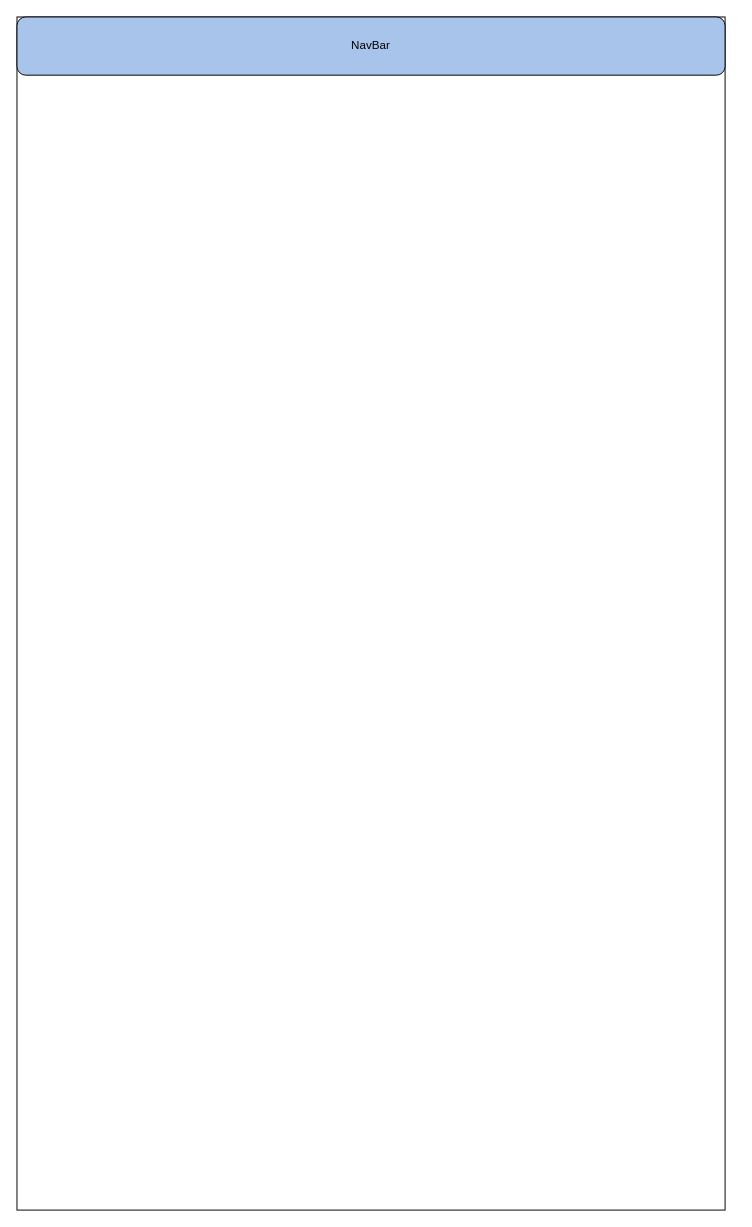
Above: Untitled Diagram.drawio in maor-ovadia-swi/Office-App (draw.io), before the change. Source tidied: cells renumbered, new cells numbered last; positions are measured from the earlier drawing's top-left corner, leaving out a move shared by most shapes. Both pictures are drawn from the tidied source at 97%, with x=0, y=0 at pixel (16, 16).
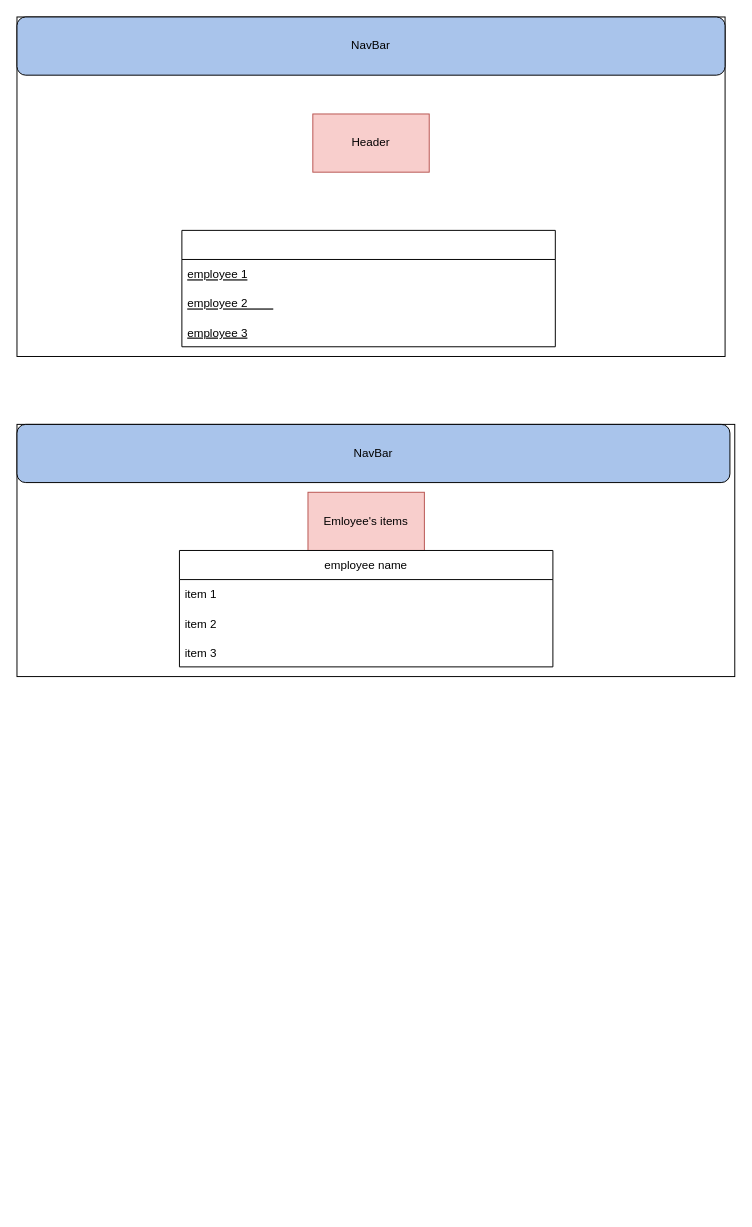
After the change.

What changed in the source:
```diff
@@
 <mxGraphModel>
   <root>
     <mxCell id="0" />
     <mxCell id="1" parent="0" />
     <mxCell id="2" style="rounded=0;whiteSpace=wrap;html=1;" parent="1" vertex="1">
-      <mxGeometry width="730" height="1230" as="geometry" />
+      <mxGeometry width="730" height="350" as="geometry" />
     </mxCell>
     <mxCell id="3" value="NavBar" style="rounded=1;whiteSpace=wrap;html=1;fillColor=#A9C4EB;" parent="1" vertex="1">
       <mxGeometry width="730" height="60" as="geometry" />
     </mxCell>
+    <mxCell id="4" value="Header" style="rounded=0;whiteSpace=wrap;html=1;fillColor=#f8cecc;strokeColor=#b85450;" parent="1" vertex="1">
+      <mxGeometry x="305" y="100" width="120" height="60" as="geometry" />
+    </mxCell>
+    <mxCell id="5" style="swimlane;fontStyle=0;horizontal=1;startSize=30;" parent="1" vertex="1">
+      <mxGeometry x="170" y="220" width="385" height="120" as="geometry" />
+    </mxCell>
+    <mxCell id="6" value="employee 1" style="text;strokeColor=none;fillColor=none;align=left;verticalAlign=middle;spacingLeft=4;spacingRight=4;overflow=hidden;fontStyle=4;" parent="5" vertex="1">
+      <mxGeometry y="30" width="385" height="30" as="geometry" />
+    </mxCell>
+    <mxCell id="7" value="employee 2        " style="text;strokeColor=none;fillColor=none;align=left;verticalAlign=middle;spacingLeft=4;spacingRight=4;overflow=hidden;fontStyle=4;" parent="5" vertex="1">
+      <mxGeometry y="60" width="385" height="30" as="geometry" />
+    </mxCell>
+    <mxCell id="8" value="employee 3" style="text;strokeColor=none;fillColor=none;align=left;verticalAlign=middle;spacingLeft=4;spacingRight=4;overflow=hidden;fontStyle=4;" parent="5" vertex="1">
+      <mxGeometry y="90" width="385" height="30" as="geometry" />
+    </mxCell>
+    <mxCell id="9" style="rounded=0;whiteSpace=wrap;html=1;" parent="1" vertex="1">
+      <mxGeometry y="420" width="740" height="260" as="geometry" />
+    </mxCell>
+    <mxCell id="10" value="NavBar" style="rounded=1;whiteSpace=wrap;html=1;fillColor=#A9C4EB;" parent="1" vertex="1">
+      <mxGeometry y="420" width="735" height="60" as="geometry" />
+    </mxCell>
+    <mxCell id="11" value="Emloyee's items" style="rounded=0;whiteSpace=wrap;html=1;fillColor=#f8cecc;strokeColor=#b85450;" parent="1" vertex="1">
+      <mxGeometry x="300" y="490" width="120" height="60" as="geometry" />
+    </mxCell>
+    <mxCell id="12" value="employee name" style="swimlane;fontStyle=0;horizontal=1;startSize=30;" parent="1" vertex="1">
+      <mxGeometry x="167.5" y="550" width="385" height="120" as="geometry" />
+    </mxCell>
+    <mxCell id="13" value="item 1" style="text;strokeColor=none;fillColor=none;align=left;verticalAlign=middle;spacingLeft=4;spacingRight=4;overflow=hidden;fontStyle=0;" parent="12" vertex="1">
+      <mxGeometry y="30" width="385" height="30" as="geometry" />
+    </mxCell>
+    <mxCell id="14" value="item 2" style="text;strokeColor=none;fillColor=none;align=left;verticalAlign=middle;spacingLeft=4;spacingRight=4;overflow=hidden;fontStyle=0;" parent="12" vertex="1">
+      <mxGeometry y="60" width="385" height="30" as="geometry" />
+    </mxCell>
+    <mxCell id="15" value="item 3" style="text;strokeColor=none;fillColor=none;align=left;verticalAlign=middle;spacingLeft=4;spacingRight=4;overflow=hidden;fontStyle=0;" parent="12" vertex="1">
+      <mxGeometry y="90" width="385" height="30" as="geometry" />
+    </mxCell>
   </root>
 </mxGraphModel>
```
